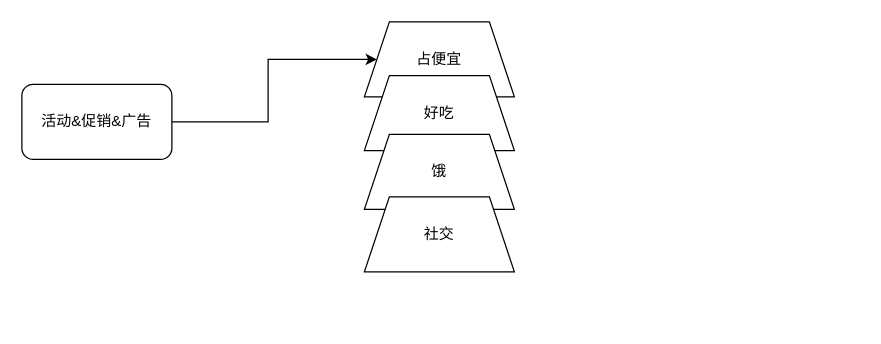
The draw.io diagram 运营思路.drawio in gml1219/longge, before the edit. Source tidied: cells renumbered, new cells numbered last; positions are measured from the earlier drawing's top-left corner, leaving out a move shared by most shapes. Both pictures are drawn from the tidied source at 125%, with x=0, y=0 at pixel (21, 21).
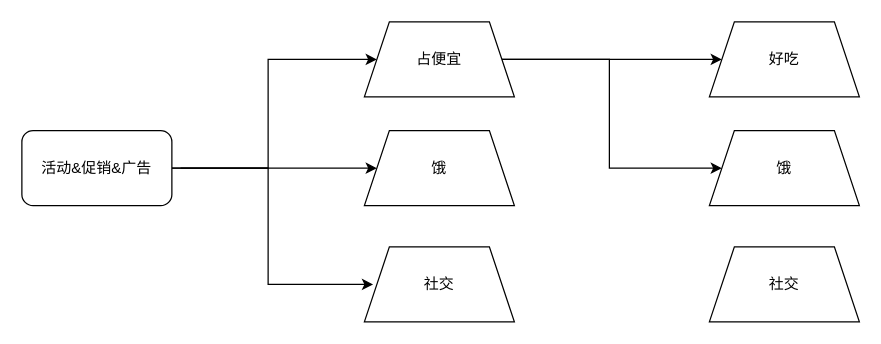
After the change.

Change to the diagram source:
```diff
@@
 <mxGraphModel>
   <root>
     <mxCell id="0" />
     <mxCell id="1" parent="0" />
-    <mxCell id="2" style="edgeStyle=orthogonalEdgeStyle;rounded=0;jettySize=auto;html=1;" parent="1" edge="1" source="3" target="4">
-      <mxGeometry relative="1" as="geometry" />
+    <mxCell id="2" style="edgeStyle=orthogonalEdgeStyle;rounded=0;jettySize=auto;html=1;entryX=0;entryY=0.5;entryDx=0;entryDy=0;" parent="1" edge="1" target="4">
+      <mxGeometry relative="1" as="geometry">
+        <mxPoint x="127" y="117" as="sourcePoint" />
+        <Array as="points">
+          <mxPoint x="197" y="117" />
+          <mxPoint x="197" y="30" />
+        </Array>
+      </mxGeometry>
     </mxCell>
+    <mxCell id="8" style="edgeStyle=orthogonalEdgeStyle;rounded=0;jettySize=auto;html=1;exitX=1;exitY=0.5;exitDx=0;exitDy=0;entryX=0;entryY=0.5;entryDx=0;entryDy=0;" parent="1" edge="1" source="3" target="6">
+      <mxGeometry relative="1" as="geometry" />
+    </mxCell>
+    <mxCell id="9" style="edgeStyle=orthogonalEdgeStyle;rounded=0;jettySize=auto;html=1;entryX=0;entryY=0.5;entryDx=0;entryDy=0;exitX=1;exitY=0.5;exitDx=0;exitDy=0;" parent="1" edge="1" source="3">
+      <mxGeometry relative="1" as="geometry">
+        <mxPoint x="281" y="210" as="targetPoint" />
+        <Array as="points">
+          <mxPoint x="197" y="117" />
+          <mxPoint x="197" y="210" />
+        </Array>
+      </mxGeometry>
+    </mxCell>
     <mxCell id="3" value="活动&amp;amp;促销&amp;amp;广告" style="rounded=1;whiteSpace=wrap;html=1;" parent="1" vertex="1">
-      <mxGeometry y="50" width="120" height="60" as="geometry" />
+      <mxGeometry y="87" width="120" height="60" as="geometry" />
     </mxCell>
+    <mxCell id="10" style="edgeStyle=orthogonalEdgeStyle;rounded=0;jettySize=auto;html=1;exitX=1;exitY=0.5;exitDx=0;exitDy=0;entryX=0;entryY=0.5;entryDx=0;entryDy=0;" parent="1" edge="1" source="4" target="5">
+      <mxGeometry relative="1" as="geometry" />
+    </mxCell>
+    <mxCell id="11" style="edgeStyle=orthogonalEdgeStyle;rounded=0;jettySize=auto;html=1;exitX=1;exitY=0.5;exitDx=0;exitDy=0;entryX=0;entryY=0.5;entryDx=0;entryDy=0;" parent="1" edge="1" source="4" target="12">
+      <mxGeometry relative="1" as="geometry">
+        <Array as="points">
+          <mxPoint x="470" y="30" />
+          <mxPoint x="470" y="117" />
+        </Array>
+      </mxGeometry>
+    </mxCell>
     <mxCell id="4" value="占便宜" style="shape=trapezoid;perimeter=trapezoidPerimeter;whiteSpace=wrap;html=1;fixedSize=1;" parent="1" vertex="1">
       <mxGeometry x="274" width="120" height="60" as="geometry" />
     </mxCell>
     <mxCell id="5" value="好吃" style="shape=trapezoid;perimeter=trapezoidPerimeter;whiteSpace=wrap;html=1;fixedSize=1;" parent="1" vertex="1">
-      <mxGeometry x="274" y="43" width="120" height="60" as="geometry" />
+      <mxGeometry x="550" width="120" height="60" as="geometry" />
     </mxCell>
     <mxCell id="6" value="饿" style="shape=trapezoid;perimeter=trapezoidPerimeter;whiteSpace=wrap;html=1;fixedSize=1;" parent="1" vertex="1">
-      <mxGeometry x="274" y="90" width="120" height="60" as="geometry" />
+      <mxGeometry x="274" y="87" width="120" height="60" as="geometry" />
     </mxCell>
     <mxCell id="7" value="社交" style="shape=trapezoid;perimeter=trapezoidPerimeter;whiteSpace=wrap;html=1;fixedSize=1;" parent="1" vertex="1">
-      <mxGeometry x="274" y="140" width="120" height="60" as="geometry" />
+      <mxGeometry x="274" y="180" width="120" height="60" as="geometry" />
     </mxCell>
+    <mxCell id="12" value="饿" style="shape=trapezoid;perimeter=trapezoidPerimeter;whiteSpace=wrap;html=1;fixedSize=1;" parent="1" vertex="1">
+      <mxGeometry x="550" y="87" width="120" height="60" as="geometry" />
+    </mxCell>
+    <mxCell id="13" value="社交" style="shape=trapezoid;perimeter=trapezoidPerimeter;whiteSpace=wrap;html=1;fixedSize=1;" parent="1" vertex="1">
+      <mxGeometry x="550" y="180" width="120" height="60" as="geometry" />
+    </mxCell>
   </root>
 </mxGraphModel>
```
